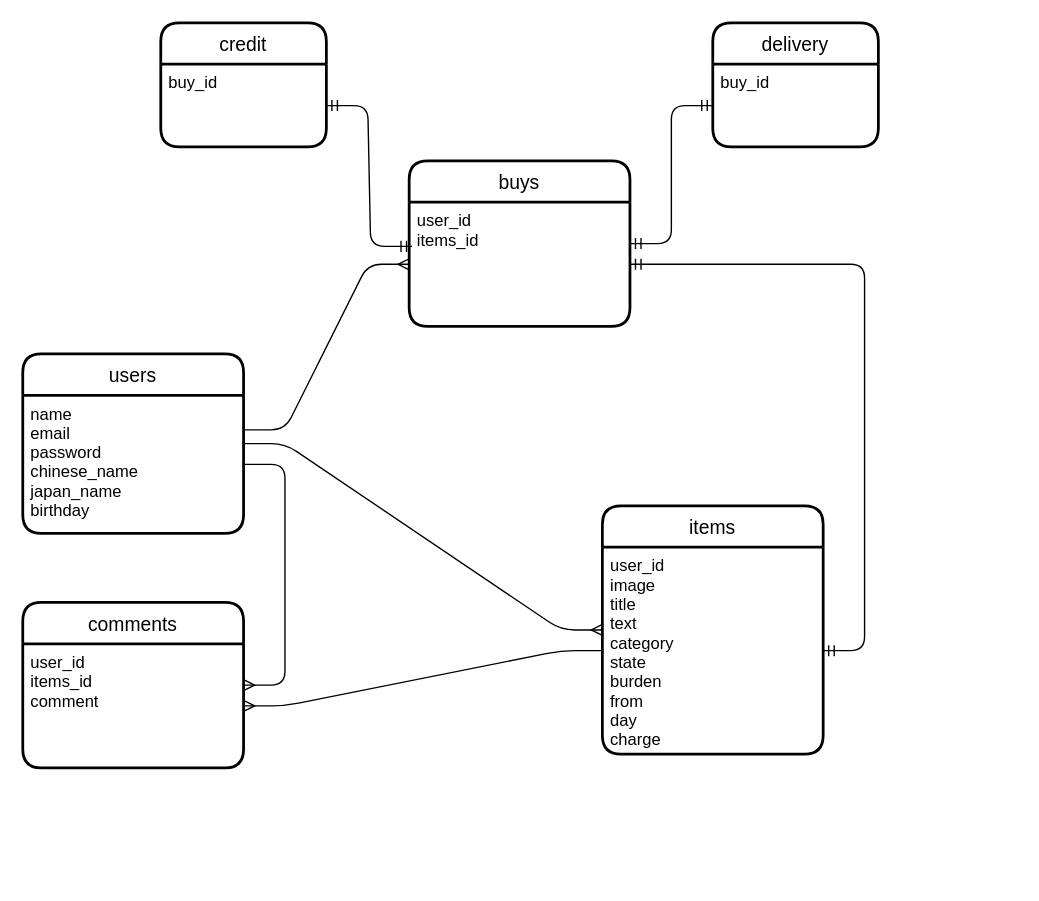
Before: furima.dio in Tsukasa311/furima-33488, a draw.io diagram. Source tidied: cells renumbered, new cells numbered last; positions are measured from the earlier drawing's top-left corner, leaving out a move shared by most shapes. Both pictures are drawn from the tidied source at 138%, with x=0, y=0 at pixel (22, 22).
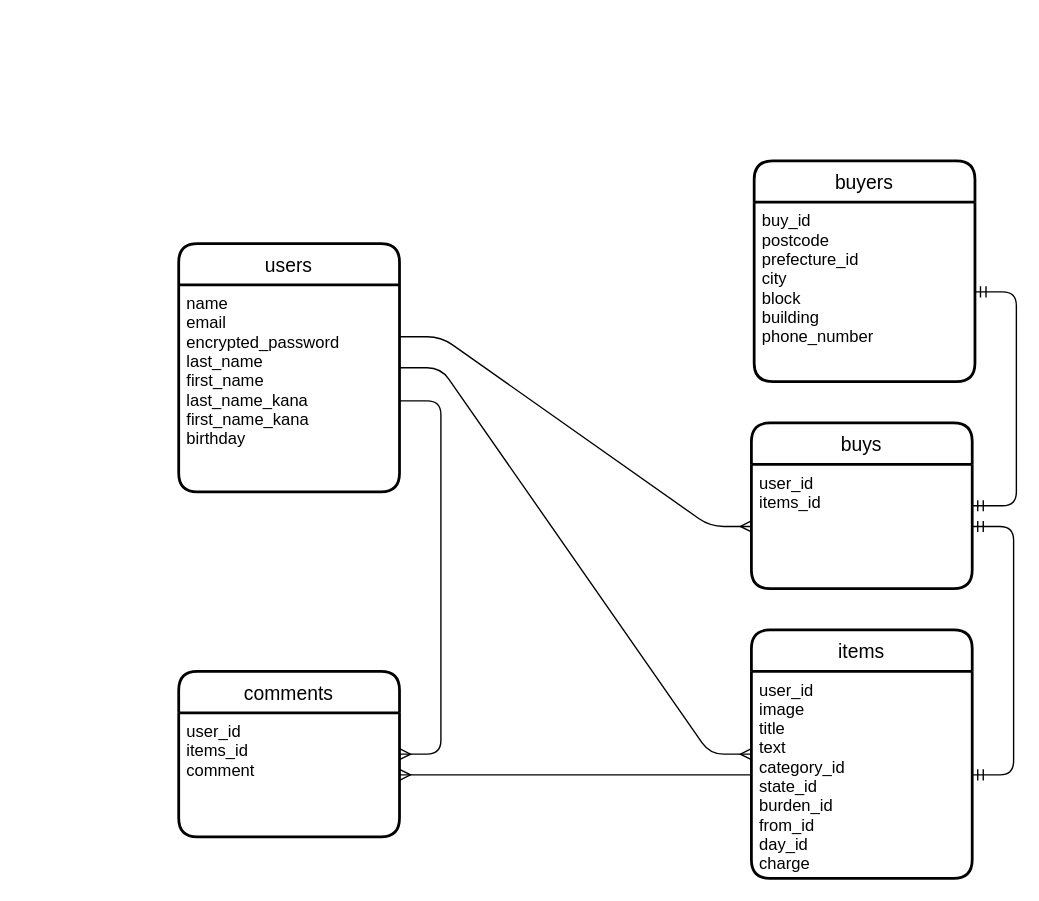
The same page after the edit.

Commit message (it also covers changes not shown here):
ER図READMEファイル修正

The change refers to these unchanged cells:
```xml
<mxCell id="11" value="user_id&#10;items_id" style="align=left;strokeColor=none;fillColor=none;spacingLeft=4;fontSize=12;verticalAlign=top;" parent="10" vertex="1">
  <mxGeometry y="30" width="160" height="90" as="geometry" />
</mxCell>
```

Change to the diagram source:
```diff
@@
     <mxCell id="2" value="items" style="swimlane;horizontal=1;startSize=30;rounded=1;fontSize=14;fontStyle=0;strokeWidth=2;shadow=0;dashed=0;align=center;" parent="1" vertex="1">
-      <mxGeometry x="420" y="350" width="160" height="180" as="geometry" />
+      <mxGeometry x="528" y="440" width="160" height="180" as="geometry" />
     </mxCell>
-    <mxCell id="3" value="user_id&#10;image&#10;title&#10;text&#10;category&#10;state&#10;burden&#10;from&#10;day&#10;charge" style="align=left;strokeColor=none;fillColor=none;spacingLeft=4;fontSize=12;verticalAlign=top;" parent="2" vertex="1">
+    <mxCell id="3" value="user_id&#10;image&#10;title&#10;text&#10;category_id&#10;state_id&#10;burden_id&#10;from_id&#10;day_id&#10;charge" style="align=left;strokeColor=none;fillColor=none;spacingLeft=4;fontSize=12;verticalAlign=top;" parent="2" vertex="1">
       <mxGeometry y="30" width="160" height="150" as="geometry" />
     </mxCell>
     <mxCell id="4" value="comments" style="swimlane;horizontal=1;startSize=30;rounded=1;fontSize=14;fontStyle=0;strokeWidth=2;shadow=0;dashed=0;align=center;" parent="1" vertex="1">
-      <mxGeometry y="420" width="160" height="120" as="geometry" />
+      <mxGeometry x="113" y="470" width="160" height="120" as="geometry" />
     </mxCell>
@@
-    <mxCell id="6" value="delivery" style="swimlane;horizontal=1;startSize=30;rounded=1;fontSize=14;fontStyle=0;strokeWidth=2;shadow=0;dashed=0;align=center;" parent="1" vertex="1">
-      <mxGeometry x="500" width="120" height="90" as="geometry" />
+    <mxCell id="6" value="buyers" style="swimlane;horizontal=1;startSize=30;rounded=1;fontSize=14;fontStyle=0;strokeWidth=2;shadow=0;dashed=0;align=center;" parent="1" vertex="1">
+      <mxGeometry x="530" y="100" width="160" height="160" as="geometry" />
     </mxCell>
-    <mxCell id="7" value="buy_id" style="align=left;strokeColor=none;fillColor=none;spacingLeft=4;fontSize=12;verticalAlign=top;" parent="6" vertex="1">
-      <mxGeometry y="30" width="120" height="60" as="geometry" />
+    <mxCell id="7" value="buy_id&#10;postcode&#10;prefecture_id&#10;city&#10;block&#10;building&#10;phone_number" style="align=left;strokeColor=none;fillColor=none;spacingLeft=4;fontSize=12;verticalAlign=top;" parent="6" vertex="1">
+      <mxGeometry y="30" width="160" height="130" as="geometry" />
     </mxCell>
     <mxCell id="8" value="users" style="swimlane;horizontal=1;startSize=30;rounded=1;fontSize=14;fontStyle=0;strokeWidth=2;shadow=0;dashed=0;align=center;" parent="1" vertex="1">
-      <mxGeometry y="240" width="160" height="130" as="geometry" />
+      <mxGeometry x="113" y="160" width="160" height="180" as="geometry" />
     </mxCell>
-    <mxCell id="9" value="name&#10;email&#10;password&#10;chinese_name&#10;japan_name&#10;birthday" style="align=left;strokeColor=none;fillColor=none;spacingLeft=4;fontSize=12;verticalAlign=top;" parent="8" vertex="1">
-      <mxGeometry y="30" width="160" height="100" as="geometry" />
+    <mxCell id="9" value="name&#10;email&#10;encrypted_password&#10;last_name&#10;first_name&#10;last_name_kana&#10;first_name_kana&#10;birthday" style="align=left;strokeColor=none;fillColor=none;spacingLeft=4;fontSize=12;verticalAlign=top;" parent="8" vertex="1">
+      <mxGeometry y="30" width="160" height="150" as="geometry" />
     </mxCell>
     <mxCell id="10" value="buys" style="swimlane;horizontal=1;startSize=30;rounded=1;fontSize=14;fontStyle=0;strokeWidth=2;shadow=0;dashed=0;align=center;" parent="1" vertex="1">
-      <mxGeometry x="280" y="100" width="160" height="120" as="geometry" />
+      <mxGeometry x="528" y="290" width="160" height="120" as="geometry" />
     </mxCell>
@@
-    <mxCell id="12" value="credit" style="swimlane;horizontal=1;startSize=30;rounded=1;fontSize=14;fontStyle=0;strokeWidth=2;shadow=0;dashed=0;align=center;" parent="1" vertex="1">
-      <mxGeometry x="100" width="120" height="90" as="geometry" />
-    </mxCell>
-    <mxCell id="13" value="buy_id" style="align=left;strokeColor=none;fillColor=none;spacingLeft=4;fontSize=12;verticalAlign=top;" parent="12" vertex="1">
-      <mxGeometry y="30" width="120" height="60" as="geometry" />
-    </mxCell>
@@
-    <mxCell id="15" style="edgeStyle=entityRelationEdgeStyle;fontSize=12;html=1;endArrow=ERmany;exitX=1;exitY=0.5;exitDx=0;exitDy=0;" parent="1" edge="1" source="9" target="4">
+    <mxCell id="15" style="edgeStyle=entityRelationEdgeStyle;fontSize=12;html=1;endArrow=ERmany;exitX=1;exitY=0.56;exitDx=0;exitDy=0;exitPerimeter=0;" parent="1" edge="1" source="9" target="4">
       <mxGeometry relative="1" as="geometry" />
     </mxCell>
@@
-    <mxCell id="18" style="edgeStyle=entityRelationEdgeStyle;fontSize=12;html=1;endArrow=ERmandOne;startArrow=ERmandOne;exitX=0.013;exitY=0.356;exitDx=0;exitDy=0;exitPerimeter=0;" parent="1" edge="1" source="11" target="13">
-      <mxGeometry relative="1" as="geometry" />
-    </mxCell>
```
